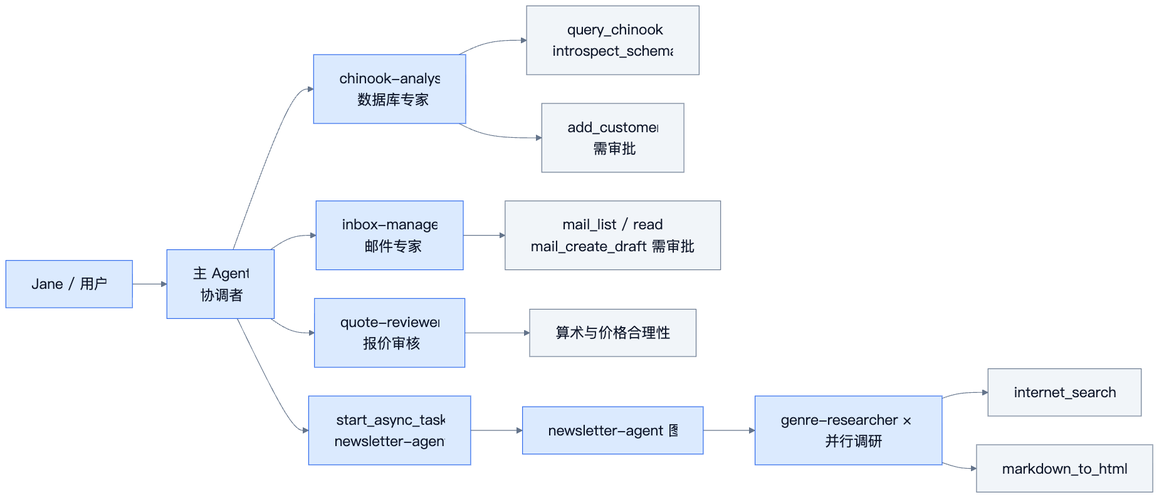
talala1208/Multi-Agent-Sales-Copilot keeps this Mermaid diagram as assets/agent-delegation.png. Above is the earlier version. Its source is kept beside it as assets/agent-delegation.mmd.
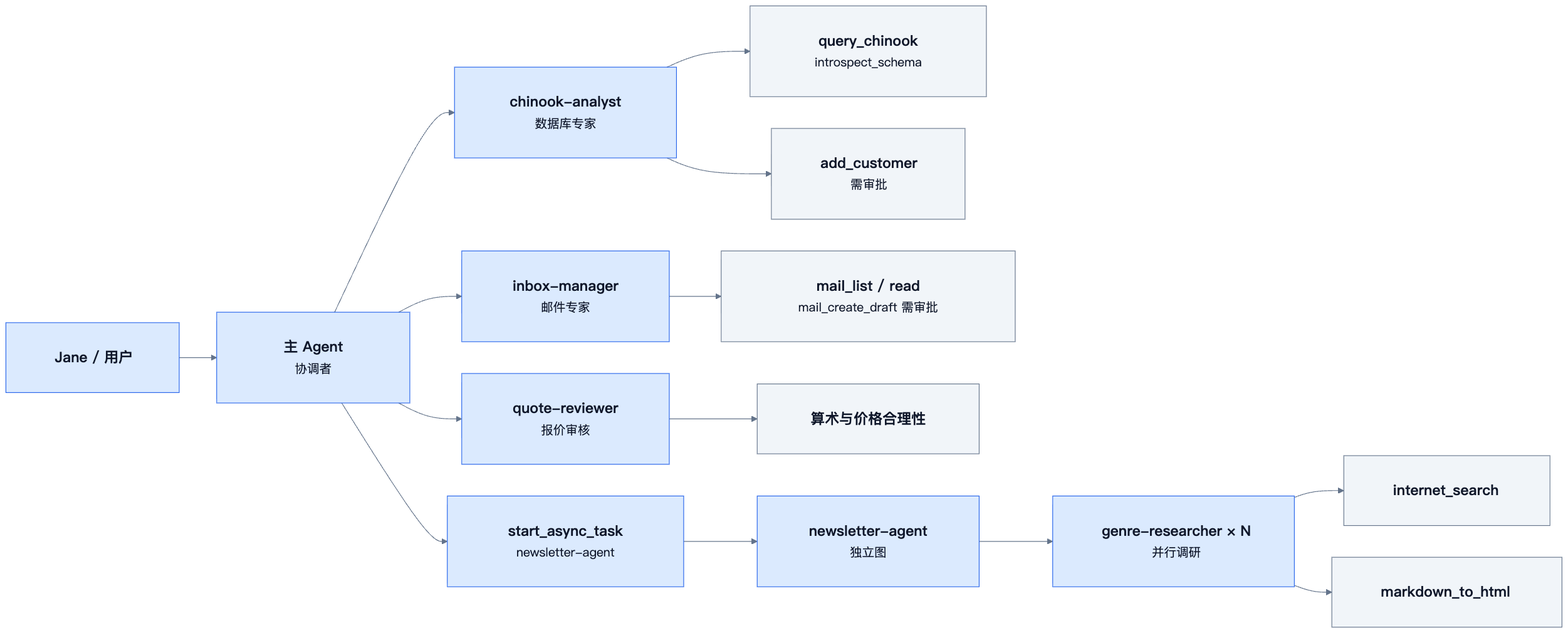
Above is the later version.

Commit message:
Update agent-delegation diagram with improved styling and layout; adjust configuration settings for better visual presentation.

Change to the diagram source:
```diff
@@ -3,10 +3,11 @@
   theme: base
   flowchart:
     htmlLabels: true
-    wrappingWidth: 320
-    padding: 18
-    nodeSpacing: 40
-    rankSpacing: 48
+    useMaxWidth: false
+    wrappingWidth: 480
+    padding: 22
+    nodeSpacing: 44
+    rankSpacing: 52
   themeVariables:
     fontFamily: ui-sans-serif, system-ui, sans-serif
     fontSize: 20px
@@ -18,22 +19,38 @@
     clusterBorder: '#cbd5e1'
 ---
 flowchart LR
-    User["Jane / 用户"] --> Orchestrator["主 Agent\n协调者"]
+    User["<div style='display:inline-block;min-width:140px;padding:12px 24px;text-align:center;font-size:20px;line-height:1.45;white-space:nowrap;box-sizing:border-box'><b>Jane / 用户</b></div>"]
 
-    Orchestrator --> Analyst["chinook-analyst\n数据库专家"]
-    Orchestrator --> Inbox["inbox-manager\n邮件专家"]
-    Orchestrator --> Reviewer["quote-reviewer\n报价审核"]
-    Orchestrator --> Async["start_async_task\nnewsletter-agent"]
+    Orchestrator["<div style='display:inline-block;min-width:180px;padding:12px 24px;text-align:center;font-size:20px;line-height:1.45;white-space:nowrap;box-sizing:border-box'><b>主 Agent</b><br/><span style='font-size:17px'>协调者</span></div>"]
 
-    Analyst --> SQL["query_chinook\nintrospect_schema"]
-    Analyst --> Write["add_customer\n需审批"]
-    Inbox --> MailTools["mail_list / read\nmail_create_draft 需审批"]
-    Reviewer --> Check["算术与价格合理性"]
-    Async --> NLGraph["newsletter-agent 图"]
+    Analyst["<div style='display:inline-block;min-width:220px;padding:12px 24px;text-align:center;font-size:20px;line-height:1.45;white-space:nowrap;box-sizing:border-box'><b>chinook-analyst</b><br/><span style='font-size:17px'>数据库专家</span></div>"]
+    Inbox["<div style='display:inline-block;min-width:200px;padding:12px 24px;text-align:center;font-size:20px;line-height:1.45;white-space:nowrap;box-sizing:border-box'><b>inbox-manager</b><br/><span style='font-size:17px'>邮件专家</span></div>"]
+    Reviewer["<div style='display:inline-block;min-width:200px;padding:12px 24px;text-align:center;font-size:20px;line-height:1.45;white-space:nowrap;box-sizing:border-box'><b>quote-reviewer</b><br/><span style='font-size:17px'>报价审核</span></div>"]
+    Async["<div style='display:inline-block;min-width:240px;padding:12px 24px;text-align:center;font-size:20px;line-height:1.45;white-space:nowrap;box-sizing:border-box'><b>start_async_task</b><br/><span style='font-size:17px'>newsletter-agent</span></div>"]
 
-    NLGraph --> Genre["genre-researcher × N\n并行调研"]
-    Genre --> Search["internet_search"]
-    Genre --> HTML["markdown_to_html"]
+    SQL["<div style='display:inline-block;min-width:240px;padding:12px 24px;text-align:center;font-size:20px;line-height:1.45;white-space:nowrap;box-sizing:border-box'><b>query_chinook</b><br/><span style='font-size:17px'>introspect_schema</span></div>"]
+    Write["<div style='display:inline-block;min-width:180px;padding:12px 24px;text-align:center;font-size:20px;line-height:1.45;white-space:nowrap;box-sizing:border-box'><b>add_customer</b><br/><span style='font-size:17px'>需审批</span></div>"]
+    MailTools["<div style='display:inline-block;min-width:320px;padding:12px 24px;text-align:center;font-size:20px;line-height:1.45;white-space:nowrap;box-sizing:border-box'><b>mail_list / read</b><br/><span style='font-size:17px'>mail_create_draft 需审批</span></div>"]
+    Check["<div style='display:inline-block;min-width:220px;padding:12px 24px;text-align:center;font-size:20px;line-height:1.45;white-space:nowrap;box-sizing:border-box'><b>算术与价格合理性</b></div>"]
+    NLGraph["<div style='display:inline-block;min-width:220px;padding:12px 24px;text-align:center;font-size:20px;line-height:1.45;white-space:nowrap;box-sizing:border-box'><b>newsletter-agent</b><br/><span style='font-size:17px'>独立图</span></div>"]
+
+    Genre["<div style='display:inline-block;min-width:240px;padding:12px 24px;text-align:center;font-size:20px;line-height:1.45;white-space:nowrap;box-sizing:border-box'><b>genre-researcher × N</b><br/><span style='font-size:17px'>并行调研</span></div>"]
+    Search["<div style='display:inline-block;min-width:180px;padding:12px 24px;text-align:center;font-size:20px;line-height:1.45;white-space:nowrap;box-sizing:border-box'><b>internet_search</b></div>"]
+    HTML["<div style='display:inline-block;min-width:200px;padding:12px 24px;text-align:center;font-size:20px;line-height:1.45;white-space:nowrap;box-sizing:border-box'><b>markdown_to_html</b></div>"]
+
+    User --> Orchestrator
+    Orchestrator --> Analyst
+    Orchestrator --> Inbox
+    Orchestrator --> Reviewer
+    Orchestrator --> Async
+    Analyst --> SQL
+    Analyst --> Write
+    Inbox --> MailTools
+    Reviewer --> Check
+    Async --> NLGraph
+    NLGraph --> Genre
+    Genre --> Search
+    Genre --> HTML
 
     classDef agent fill:#dbeafe,stroke:#2563eb,color:#0f172a
     classDef hub fill:#f1f5f9,stroke:#64748b,color:#0f172a
```
